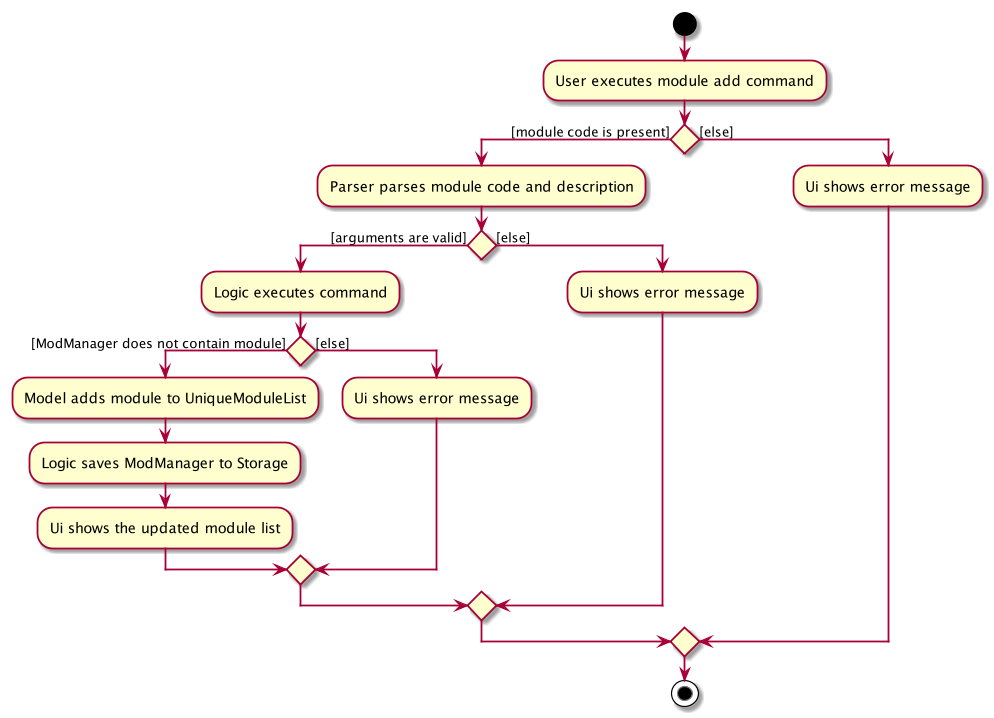
Before: docs/images/ModuleAddActivityDiagram.png, a diagram exported from PlantUML (zixinn/main).
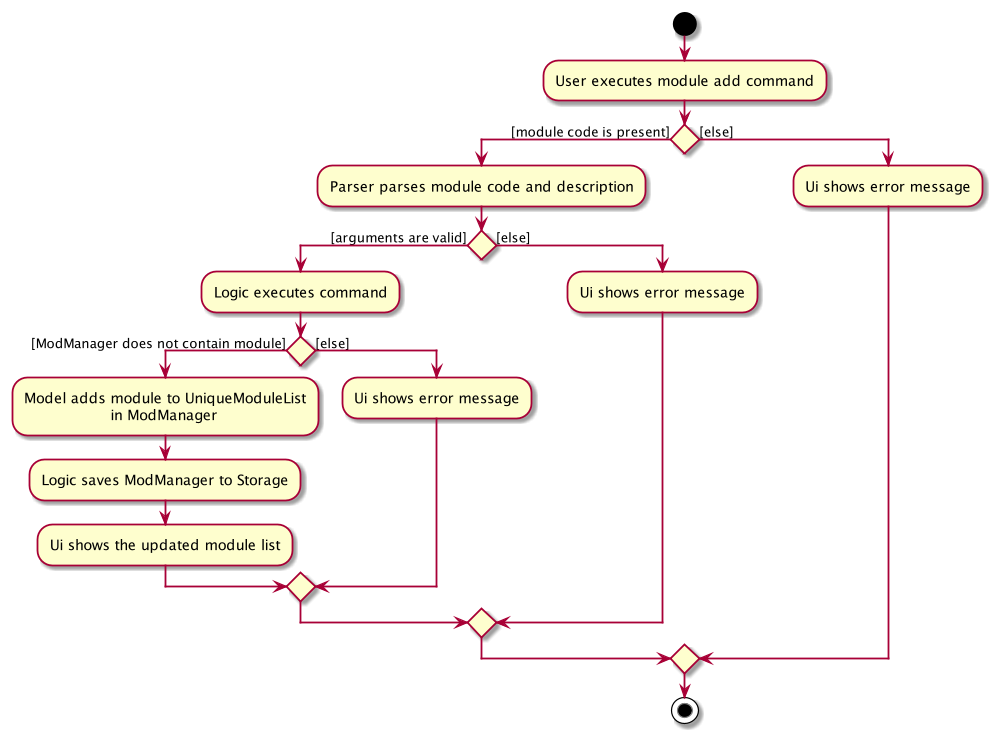
Later version of the same file.

Change to the diagram source:
```diff
@@ -6,7 +6,8 @@
     if () then ([arguments are valid])
         :Logic executes command;
         if () then ([ModManager does not contain module])
-            :Model adds module to UniqueModuleList;
+            :Model adds module to UniqueModuleList
+                              in ModManager;
             :Logic saves ModManager to Storage;
             :Ui shows the updated module list;
         else ([else])
```
